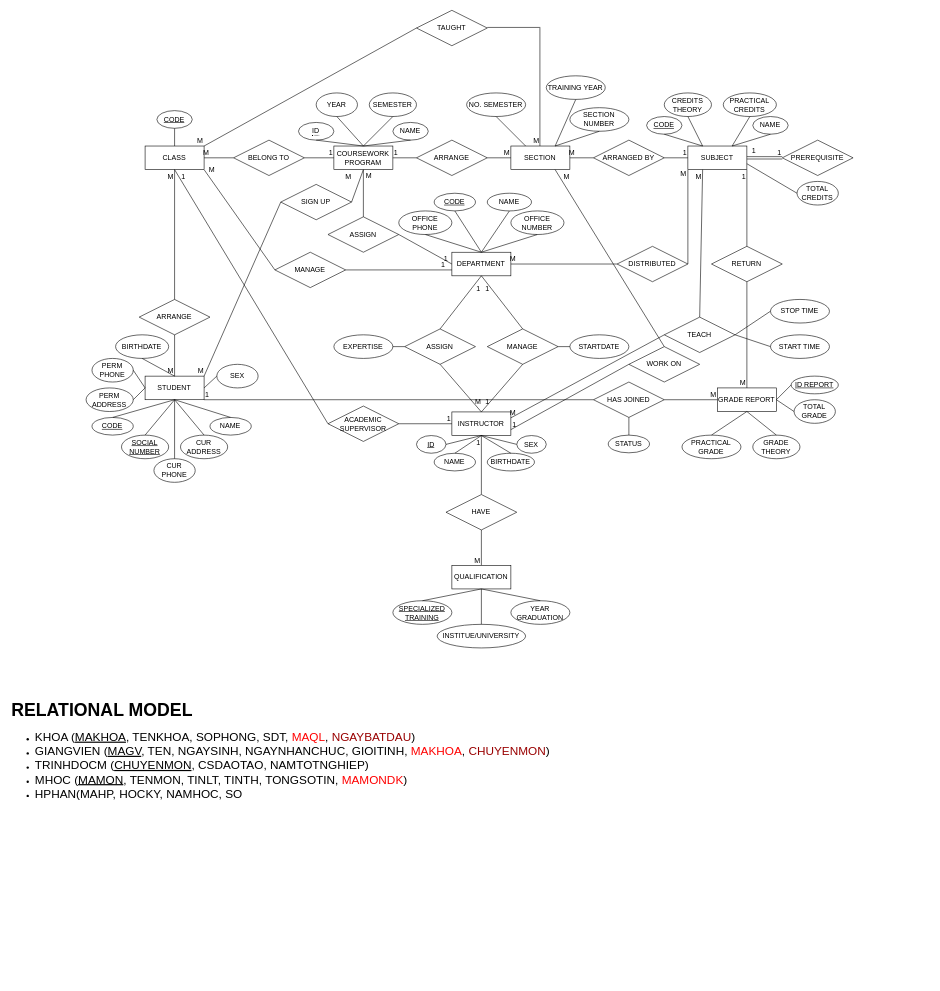
Earlier version of the draw.io diagram Excercise/SE184915_NguyenHoangThanhPhong_Lab3.drawio (Phong004/DBI202). Source tidied: cells renumbered, new cells numbered last; positions are measured from the earlier drawing's top-left corner, leaving out a move shared by most shapes. Both pictures are drawn from the tidied source at 59%, with x=0, y=0 at pixel (10, 10).
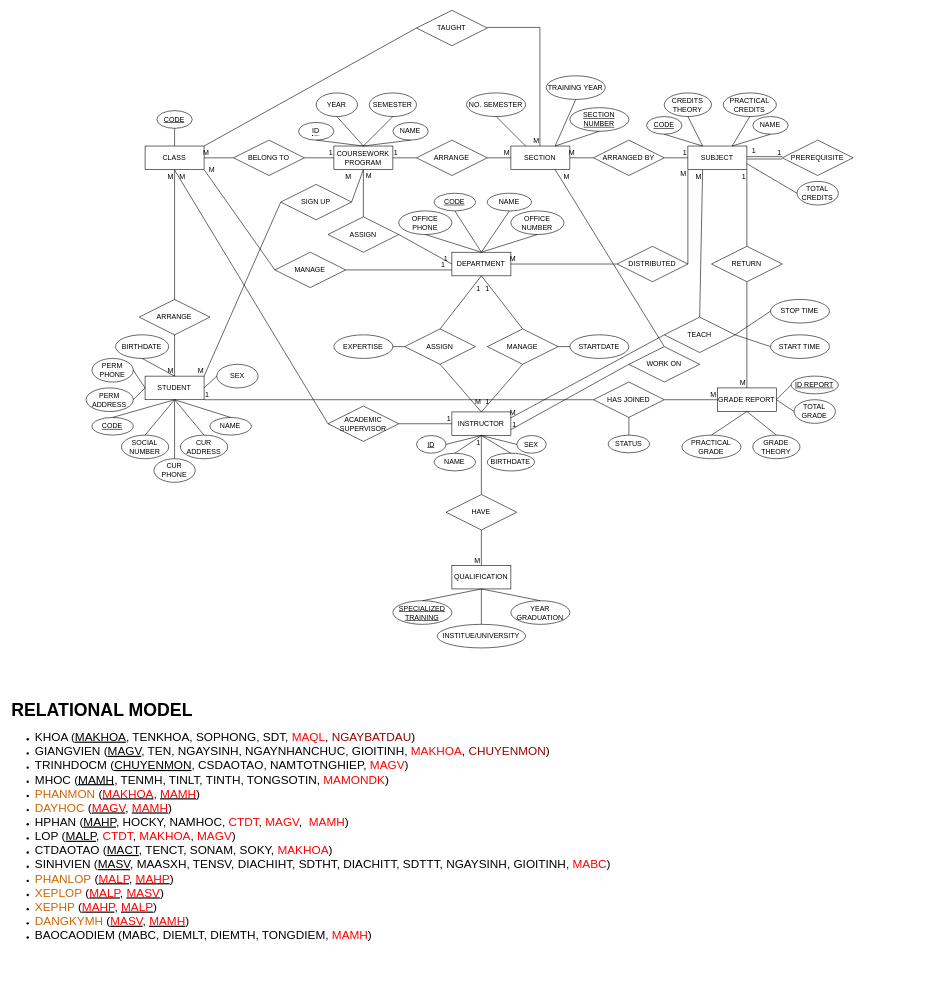
Above is the later version.

The change refers to these unchanged cells:
```xml
<mxCell id="5" value="SUBJECT" style="whiteSpace=wrap;html=1;align=center;" parent="1" vertex="1">
  <mxGeometry x="1148.4" y="230" width="100" height="40" as="geometry" />
</mxCell>
<mxCell id="6" value="CLASS" style="whiteSpace=wrap;html=1;align=center;" parent="1" vertex="1">
  <mxGeometry x="228.4" y="230" width="100" height="40" as="geometry" />
</mxCell>
<mxCell id="27" value="TEACH" style="shape=rhombus;perimeter=rhombusPerimeter;whiteSpace=wrap;html=1;align=center;" parent="1" vertex="1">
  <mxGeometry x="1108.4" y="520" width="120" height="60" as="geometry" />
</mxCell>
<mxCell id="32" value="ACADEMIC SUPERVISOR" style="shape=rhombus;perimeter=rhombusPerimeter;whiteSpace=wrap;html=1;align=center;" parent="1" vertex="1">
  <mxGeometry x="538.4" y="670.7" width="120" height="60" as="geometry" />
</mxCell>
<mxCell id="159" style="endArrow=none;html=1;rounded=0;exitX=0;exitY=0.5;exitDx=0;exitDy=0;entryX=1;entryY=0;entryDx=0;entryDy=0;" parent="1" edge="1" source="155" target="6">
  <mxGeometry relative="1" as="geometry" />
</mxCell>
```

The edit, as a diff of the source:
```diff
@@
-    <mxCell id="2" value="&lt;h1 style=&quot;margin-top: 0px;&quot;&gt;&lt;font style=&quot;font-size: 30px;&quot;&gt;RELATIONAL MODEL&lt;/font&gt;&lt;/h1&gt;&lt;div&gt;&lt;ul&gt;&lt;li&gt;&lt;font style=&quot;font-size: 20px;&quot;&gt;KHOA (&lt;u&gt;MAKHOA&lt;/u&gt;, TENKHOA, SOPHONG, SDT, &lt;font color=&quot;#ff0000&quot;&gt;MAQL&lt;/font&gt;, &lt;font color=&quot;#990000&quot;&gt;NGAYBATDAU&lt;/font&gt;)&lt;/font&gt;&lt;/li&gt;&lt;li&gt;&lt;font style=&quot;font-size: 20px;&quot;&gt;GIANGVIEN (&lt;u&gt;MAGV&lt;/u&gt;, TEN, NGAYSINH, NGAYNHANCHUC, GIOITINH, &lt;font color=&quot;#ff0000&quot;&gt;MAKHOA&lt;/font&gt;, &lt;font color=&quot;#990000&quot;&gt;CHUYENMON&lt;/font&gt;)&lt;/font&gt;&lt;/li&gt;&lt;li&gt;&lt;span style=&quot;font-size: 20px;&quot;&gt;TRINHDOCM (&lt;u&gt;CHUYENMON&lt;/u&gt;, CSDAOTAO, NAMTOTNGHIEP)&lt;/span&gt;&lt;/li&gt;&lt;li&gt;&lt;span style=&quot;font-size: 20px;&quot;&gt;MHOC (&lt;u&gt;MAMON&lt;/u&gt;, TENMON, TINLT, TINTH, TONGSOTIN, &lt;font color=&quot;#ff0000&quot;&gt;MAMONDK&lt;/font&gt;)&lt;/span&gt;&lt;/li&gt;&lt;li&gt;&lt;span style=&quot;font-size: 20px;&quot;&gt;HPHAN(MAHP, HOCKY, NAMHOC, SO&lt;/span&gt;&lt;/li&gt;&lt;/ul&gt;&lt;/div&gt;" style="text;html=1;whiteSpace=wrap;overflow=hidden;rounded=0;" parent="1" vertex="1">
+    <mxCell id="2" value="&lt;h1 style=&quot;margin-top: 0px;&quot;&gt;&lt;font style=&quot;font-size: 30px;&quot;&gt;RELATIONAL MODEL&lt;/font&gt;&lt;/h1&gt;&lt;div&gt;&lt;ul&gt;&lt;li&gt;&lt;font style=&quot;font-size: 20px;&quot;&gt;KHOA (&lt;u&gt;MAKHOA&lt;/u&gt;, TENKHOA, SOPHONG, SDT, &lt;font color=&quot;#ff0000&quot;&gt;MAQL&lt;/font&gt;, &lt;font color=&quot;#990000&quot;&gt;NGAYBATDAU&lt;/font&gt;)&lt;/font&gt;&lt;/li&gt;&lt;li&gt;&lt;font style=&quot;font-size: 20px;&quot;&gt;GIANGVIEN (&lt;u&gt;MAGV&lt;/u&gt;, TEN, NGAYSINH, NGAYNHANCHUC, GIOITINH, &lt;font color=&quot;#ff0000&quot;&gt;MAKHOA&lt;/font&gt;, &lt;font color=&quot;#990000&quot;&gt;CHUYENMON&lt;/font&gt;)&lt;/font&gt;&lt;/li&gt;&lt;li&gt;&lt;span style=&quot;font-size: 20px;&quot;&gt;TRINHDOCM (&lt;u&gt;CHUYENMON&lt;/u&gt;, CSDAOTAO, NAMTOTNGHIEP, &lt;font color=&quot;#ff0000&quot;&gt;MAGV&lt;/font&gt;)&lt;/span&gt;&lt;/li&gt;&lt;li&gt;&lt;span style=&quot;font-size: 20px;&quot;&gt;MHOC (&lt;u&gt;MAMH&lt;/u&gt;, TENMH, TINLT, TINTH, TONGSOTIN, &lt;font color=&quot;#ff0000&quot;&gt;MAMONDK&lt;/font&gt;)&lt;/span&gt;&lt;/li&gt;&lt;li&gt;&lt;font style=&quot;font-size: 20px;&quot;&gt;&lt;font color=&quot;#cc6600&quot;&gt;PHANMON &lt;/font&gt;(&lt;u&gt;&lt;font color=&quot;#ff0000&quot;&gt;MAKHOA&lt;/font&gt;&lt;/u&gt;,&amp;nbsp;&lt;u&gt;&lt;font color=&quot;#ff0000&quot;&gt;MAMH&lt;/font&gt;&lt;/u&gt;)&lt;/font&gt;&lt;/li&gt;&lt;li&gt;&lt;font style=&quot;font-size: 20px;&quot;&gt;&lt;font color=&quot;#cc6600&quot;&gt;DAYHOC &lt;/font&gt;(&lt;u&gt;&lt;font color=&quot;#ff0000&quot;&gt;MAGV&lt;/font&gt;&lt;/u&gt;, &lt;u&gt;&lt;font color=&quot;#ff0000&quot;&gt;MAMH&lt;/font&gt;&lt;/u&gt;)&lt;/font&gt;&lt;/li&gt;&lt;li&gt;&lt;span style=&quot;font-size: 20px;&quot;&gt;HPHAN (&lt;u&gt;MAHP&lt;/u&gt;, HOCKY, NAMHOC, &lt;font color=&quot;#ff0000&quot;&gt;CTDT&lt;/font&gt;, &lt;font color=&quot;#ff0000&quot;&gt;MAGV&lt;/font&gt;,&amp;nbsp; &lt;font color=&quot;#ff0000&quot;&gt;MAMH&lt;/font&gt;)&lt;/span&gt;&lt;/li&gt;&lt;li&gt;&lt;span style=&quot;font-size: 20px;&quot;&gt;LOP (&lt;u&gt;MALP&lt;/u&gt;, &lt;font color=&quot;#ff0000&quot;&gt;CTDT&lt;/font&gt;, &lt;font color=&quot;#ff0000&quot;&gt;MAKHOA&lt;/font&gt;, &lt;font color=&quot;#ff0000&quot;&gt;MAGV&lt;/font&gt;)&lt;/span&gt;&lt;/li&gt;&lt;li&gt;&lt;span style=&quot;font-size: 20px;&quot;&gt;CTDAOTAO (&lt;u&gt;MACT&lt;/u&gt;, TENCT, SONAM, SOKY, &lt;font color=&quot;#ff0000&quot;&gt;MAKHOA&lt;/font&gt;)&lt;/span&gt;&lt;/li&gt;&lt;li&gt;&lt;span style=&quot;font-size: 20px;&quot;&gt;SINHVIEN (&lt;u&gt;MASV&lt;/u&gt;, MAASXH, TENSV, DIACHIHT, SDTHT, DIACHITT, SDTTT, NGAYSINH, GIOITINH, &lt;font color=&quot;#ff0000&quot;&gt;MABC&lt;/font&gt;)&lt;span style=&quot;white-space: pre;&quot;&gt;&#9;&lt;/span&gt;&lt;/span&gt;&lt;/li&gt;&lt;li&gt;&lt;span style=&quot;font-size: 20px;&quot;&gt;&lt;font color=&quot;#cc6600&quot;&gt;PHANLOP&amp;nbsp;&lt;/font&gt;(&lt;u&gt;&lt;font color=&quot;#ff0000&quot;&gt;MALP&lt;/font&gt;&lt;/u&gt;,&amp;nbsp;&lt;u&gt;&lt;font color=&quot;#ff0000&quot;&gt;MAHP&lt;/font&gt;&lt;/u&gt;)&lt;/span&gt;&lt;/li&gt;&lt;li&gt;&lt;span style=&quot;font-size: 20px;&quot;&gt;&lt;font color=&quot;#cc6600&quot;&gt;XEPLOP&amp;nbsp;&lt;/font&gt;(&lt;u&gt;&lt;font color=&quot;#ff0000&quot;&gt;MALP&lt;/font&gt;&lt;/u&gt;, &lt;u&gt;&lt;font color=&quot;#ff0000&quot;&gt;MASV&lt;/font&gt;&lt;/u&gt;)&lt;/span&gt;&lt;/li&gt;&lt;li&gt;&lt;span style=&quot;font-size: 20px;&quot;&gt;&lt;font color=&quot;#cc6600&quot;&gt;XEPHP &lt;/font&gt;(&lt;u&gt;&lt;font color=&quot;#ff0000&quot;&gt;MAHP&lt;/font&gt;&lt;/u&gt;, &lt;u&gt;&lt;font color=&quot;#ff0000&quot;&gt;MALP&lt;/font&gt;&lt;/u&gt;)&lt;/span&gt;&lt;/li&gt;&lt;li&gt;&lt;span style=&quot;font-size: 20px;&quot;&gt;&lt;font color=&quot;#cc6600&quot;&gt;DANGKYMH &lt;/font&gt;(&lt;u&gt;&lt;font color=&quot;#ff0000&quot;&gt;MASV&lt;/font&gt;&lt;/u&gt;, &lt;u&gt;&lt;font color=&quot;#ff0000&quot;&gt;MAMH&lt;/font&gt;&lt;/u&gt;)&lt;/span&gt;&lt;/li&gt;&lt;li&gt;&lt;span style=&quot;font-size: 20px;&quot;&gt;BAOCAODIEM (MABC, DIEMLT, DIEMTH, TONGDIEM, &lt;font color=&quot;#ff0000&quot;&gt;MAMH&lt;/font&gt;)&lt;/span&gt;&lt;/li&gt;&lt;/ul&gt;&lt;/div&gt;" style="text;html=1;whiteSpace=wrap;overflow=hidden;rounded=0;" parent="1" vertex="1">
       <mxGeometry y="1161" width="1560" height="480" as="geometry" />
     </mxCell>
@@
-    <mxCell id="30" style="endArrow=none;html=1;rounded=0;entryX=0.25;entryY=1;entryDx=0;entryDy=0;exitX=0.5;exitY=0;exitDx=0;exitDy=0;" parent="1" edge="1" source="27" target="5">
+    <mxCell id="30" style="endArrow=none;html=1;rounded=0;exitX=0.5;exitY=0;exitDx=0;exitDy=0;entryX=0.25;entryY=1;entryDx=0;entryDy=0;" parent="1" edge="1" source="27" target="5">
       <mxGeometry relative="1" as="geometry" />
     </mxCell>
@@
-    <mxCell id="33" style="endArrow=none;html=1;rounded=0;entryX=0.5;entryY=1;entryDx=0;entryDy=0;exitX=0;exitY=0.5;exitDx=0;exitDy=0;" parent="1" edge="1" source="32" target="6">
-      <mxGeometry relative="1" as="geometry" />
+    <mxCell id="33" style="endArrow=none;html=1;rounded=0;exitX=0;exitY=0.5;exitDx=0;exitDy=0;" parent="1" edge="1" source="32">
+      <mxGeometry relative="1" as="geometry">
+        <mxPoint x="278" y="270" as="targetPoint" />
+      </mxGeometry>
     </mxCell>
-    <mxCell id="34" value="1" style="html=1;whiteSpace=wrap;align=right;verticalAlign=bottom;" parent="33" vertex="1">
+    <mxCell id="34" value="M" style="html=1;whiteSpace=wrap;align=right;verticalAlign=bottom;" parent="33" vertex="1">
       <mxGeometry x="1" relative="1" as="geometry">
         <mxPoint x="20" y="20" as="offset" />
       </mxGeometry>
     </mxCell>
@@
-    <mxCell id="103" value="&lt;u&gt;SOCIAL NUMBER&lt;/u&gt;" style="ellipse;whiteSpace=wrap;html=1;align=center;" parent="1" vertex="1">
+    <mxCell id="103" value="SOCIAL NUMBER" style="ellipse;whiteSpace=wrap;html=1;align=center;" parent="1" vertex="1">
       <mxGeometry x="188.4" y="720" width="80" height="40" as="geometry" />
     </mxCell>
@@
-    <mxCell id="116" value="SECTION NUMBER" style="ellipse;whiteSpace=wrap;html=1;align=center;" parent="1" vertex="1">
+    <mxCell id="116" value="&lt;u&gt;SECTION NUMBER&lt;/u&gt;" style="ellipse;whiteSpace=wrap;html=1;align=center;" parent="1" vertex="1">
       <mxGeometry x="948.4" y="165" width="100" height="40" as="geometry" />
     </mxCell>
@@
-    <mxCell id="160" value="M" style="html=1;whiteSpace=wrap;align=right;verticalAlign=bottom;" parent="159" vertex="1">
-      <mxGeometry x="1" relative="1" as="geometry" />
-    </mxCell>
```
